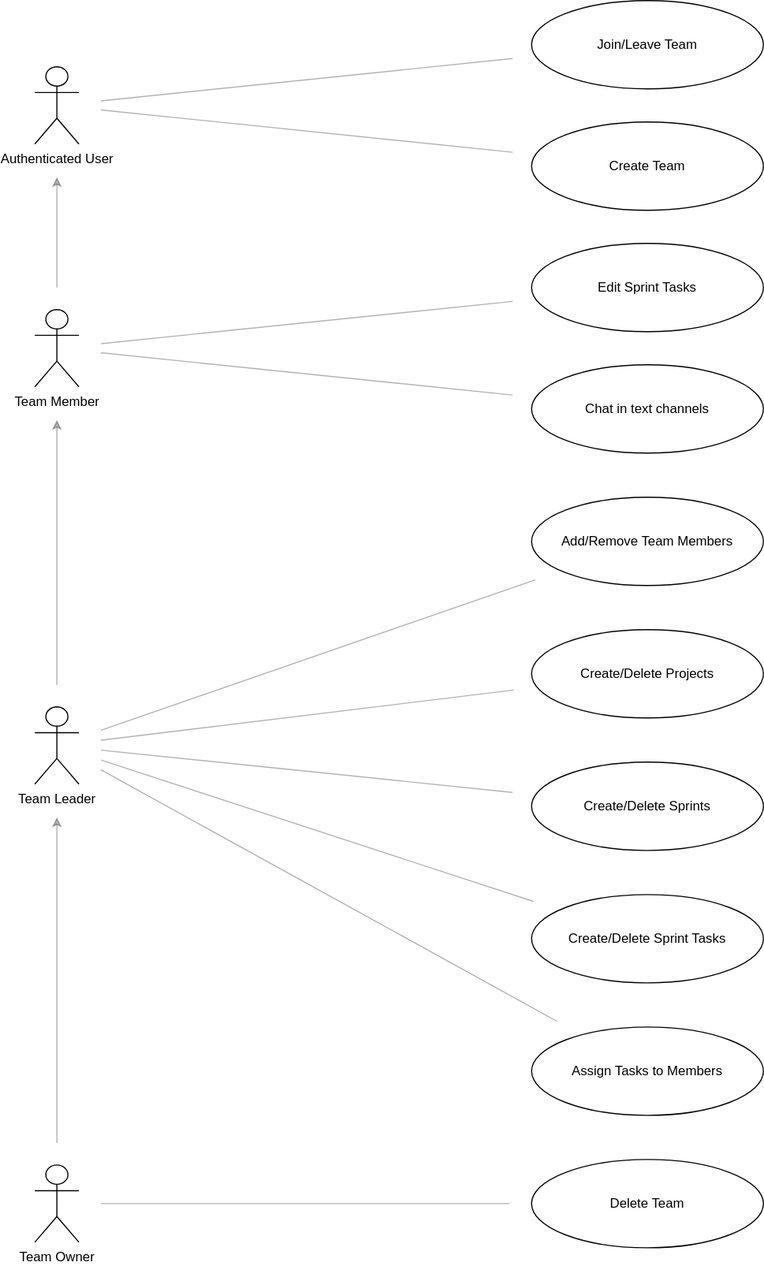
Earlier version of the draw.io export packages/domain/src/use-cases/index.drawio.svg (john-prutton/tarc). Source tidied: cells renumbered, new cells last; positions are measured from the earlier drawing's top-left corner, leaving out a move shared by most shapes. Source of this version:
```xml
<mxGraphModel>
  <root>
    <mxCell id="0" />
    <mxCell id="1" parent="0" />
    <mxCell id="2" style="rounded=0;jettySize=auto;html=1;endArrow=none;endFill=0;targetPerimeterSpacing=20;sourcePerimeterSpacing=20;endSize=6;opacity=30;" parent="1" edge="1" source="3" target="4">
      <mxGeometry relative="1" as="geometry" />
    </mxCell>
    <mxCell id="3" value="Team Member" style="shape=umlActor;verticalLabelPosition=bottom;verticalAlign=top;html=1;outlineConnect=0;" parent="1" vertex="1">
      <mxGeometry y="280" width="40" height="70" as="geometry" />
    </mxCell>
    <mxCell id="4" value="Chat in text channels&amp;nbsp;" style="ellipse;whiteSpace=wrap;html=1;" parent="1" vertex="1">
      <mxGeometry x="450" y="330" width="210" height="80" as="geometry" />
    </mxCell>
    <mxCell id="5" value="Add/Remove Team Members" style="ellipse;whiteSpace=wrap;html=1;" parent="1" vertex="1">
      <mxGeometry x="450" y="450" width="210" height="80" as="geometry" />
    </mxCell>
    <mxCell id="6" value="Create/Delete Projects" style="ellipse;whiteSpace=wrap;html=1;" parent="1" vertex="1">
      <mxGeometry x="450" y="570" width="210" height="80" as="geometry" />
    </mxCell>
    <mxCell id="7" value="Create/Delete Sprint Tasks" style="ellipse;whiteSpace=wrap;html=1;" parent="1" vertex="1">
      <mxGeometry x="450" y="810" width="210" height="80" as="geometry" />
    </mxCell>
    <mxCell id="8" value="Assign Tasks to Members" style="ellipse;whiteSpace=wrap;html=1;" parent="1" vertex="1">
      <mxGeometry x="450" y="930" width="210" height="80" as="geometry" />
    </mxCell>
    <mxCell id="9" value="Delete Team" style="ellipse;whiteSpace=wrap;html=1;" parent="1" vertex="1">
      <mxGeometry x="450" y="1050" width="210" height="80" as="geometry" />
    </mxCell>
    <mxCell id="10" value="Team Owner" style="shape=umlActor;verticalLabelPosition=bottom;verticalAlign=top;html=1;outlineConnect=0;" parent="1" vertex="1">
      <mxGeometry y="1055" width="40" height="70" as="geometry" />
    </mxCell>
    <mxCell id="11" style="rounded=0;jettySize=auto;html=1;endArrow=none;endFill=0;targetPerimeterSpacing=20;sourcePerimeterSpacing=20;endSize=6;opacity=30;" parent="1" edge="1" source="10" target="9">
      <mxGeometry relative="1" as="geometry" />
    </mxCell>
    <mxCell id="12" value="Team Leader" style="shape=umlActor;verticalLabelPosition=bottom;verticalAlign=top;html=1;outlineConnect=0;" parent="1" vertex="1">
      <mxGeometry y="640" width="40" height="70" as="geometry" />
    </mxCell>
    <mxCell id="13" style="rounded=0;jettySize=auto;html=1;endArrow=none;endFill=0;targetPerimeterSpacing=20;sourcePerimeterSpacing=20;endSize=6;opacity=30;" parent="1" edge="1" source="12" target="5">
      <mxGeometry relative="1" as="geometry" />
    </mxCell>
    <mxCell id="14" style="rounded=0;jettySize=auto;html=1;endArrow=none;endFill=0;targetPerimeterSpacing=20;sourcePerimeterSpacing=20;endSize=6;opacity=30;" parent="1" edge="1" source="12" target="6">
      <mxGeometry relative="1" as="geometry" />
    </mxCell>
    <mxCell id="15" style="rounded=0;jettySize=auto;html=1;endArrow=none;endFill=0;targetPerimeterSpacing=20;sourcePerimeterSpacing=20;endSize=6;opacity=30;" parent="1" edge="1" source="12" target="7">
      <mxGeometry relative="1" as="geometry" />
    </mxCell>
    <mxCell id="16" style="rounded=0;jettySize=auto;html=1;endArrow=none;endFill=0;targetPerimeterSpacing=20;sourcePerimeterSpacing=20;endSize=6;opacity=30;" parent="1" edge="1" source="12" target="8">
      <mxGeometry relative="1" as="geometry" />
    </mxCell>
    <mxCell id="17" style="rounded=0;jettySize=auto;html=1;endArrow=none;endFill=0;targetPerimeterSpacing=20;sourcePerimeterSpacing=20;endSize=6;opacity=30;" parent="1" edge="1" source="3" target="18">
      <mxGeometry relative="1" as="geometry" />
    </mxCell>
    <mxCell id="18" value="Edit Sprint Tasks" style="ellipse;whiteSpace=wrap;html=1;" parent="1" vertex="1">
      <mxGeometry x="450" y="220" width="210" height="80" as="geometry" />
    </mxCell>
    <mxCell id="19" style="rounded=0;jettySize=auto;html=1;endArrow=classic;endFill=1;targetPerimeterSpacing=30;sourcePerimeterSpacing=20;endSize=6;opacity=30;startArrow=none;startFill=0;" parent="1" edge="1" source="12" target="3">
      <mxGeometry relative="1" as="geometry" />
    </mxCell>
    <mxCell id="20" style="rounded=0;jettySize=auto;html=1;endArrow=classic;endFill=1;targetPerimeterSpacing=30;sourcePerimeterSpacing=20;endSize=6;opacity=30;startArrow=none;startFill=0;" parent="1" edge="1" source="10" target="12">
      <mxGeometry relative="1" as="geometry" />
    </mxCell>
    <mxCell id="21" style="rounded=0;jettySize=auto;html=1;endArrow=none;endFill=0;targetPerimeterSpacing=20;sourcePerimeterSpacing=20;endSize=6;opacity=30;" parent="1" edge="1" source="22" target="23">
      <mxGeometry relative="1" as="geometry" />
    </mxCell>
    <mxCell id="22" value="Authenticated User" style="shape=umlActor;verticalLabelPosition=bottom;verticalAlign=top;html=1;outlineConnect=0;" parent="1" vertex="1">
      <mxGeometry y="60" width="40" height="70" as="geometry" />
    </mxCell>
    <mxCell id="23" value="Create Team" style="ellipse;whiteSpace=wrap;html=1;" parent="1" vertex="1">
      <mxGeometry x="450" y="110" width="210" height="80" as="geometry" />
    </mxCell>
    <mxCell id="24" style="rounded=0;jettySize=auto;html=1;endArrow=none;endFill=0;targetPerimeterSpacing=20;sourcePerimeterSpacing=20;endSize=6;opacity=30;" parent="1" edge="1" source="22" target="25">
      <mxGeometry relative="1" as="geometry" />
    </mxCell>
    <mxCell id="25" value="Join/Leave Team" style="ellipse;whiteSpace=wrap;html=1;" parent="1" vertex="1">
      <mxGeometry x="450" width="210" height="80" as="geometry" />
    </mxCell>
    <mxCell id="26" value="Create/Delete Sprints" style="ellipse;whiteSpace=wrap;html=1;" parent="1" vertex="1">
      <mxGeometry x="450" y="690" width="210" height="80" as="geometry" />
    </mxCell>
    <mxCell id="27" style="rounded=0;jettySize=auto;html=1;endArrow=none;endFill=0;targetPerimeterSpacing=20;sourcePerimeterSpacing=20;endSize=6;opacity=30;" parent="1" edge="1" source="12" target="26">
      <mxGeometry relative="1" as="geometry" />
    </mxCell>
    <mxCell id="28" style="rounded=0;jettySize=auto;html=1;endArrow=classic;endFill=1;targetPerimeterSpacing=30;sourcePerimeterSpacing=20;endSize=6;opacity=30;startArrow=none;startFill=0;" parent="1" edge="1" source="3" target="22">
      <mxGeometry relative="1" as="geometry" />
    </mxCell>
  </root>
</mxGraphModel>
```
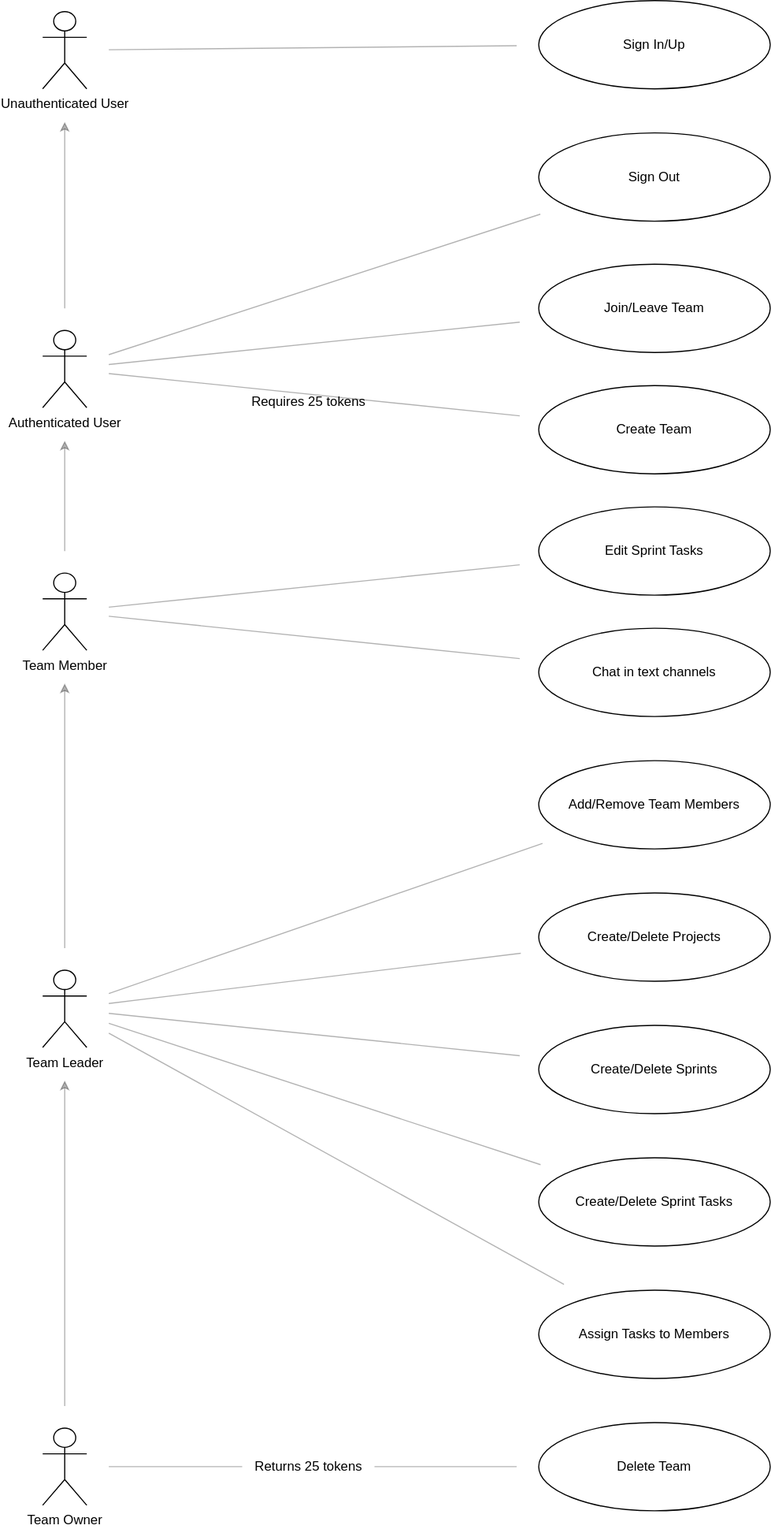
After the commit.

Commit message:
planning: new use-case requirements

The edit, as a diff of the source:
```diff
@@ -29,7 +29,7 @@
     <mxCell id="10" value="Team Owner" style="shape=umlActor;verticalLabelPosition=bottom;verticalAlign=top;html=1;outlineConnect=0;" parent="1" vertex="1">
       <mxGeometry y="1055" width="40" height="70" as="geometry" />
     </mxCell>
-    <mxCell id="11" style="rounded=0;jettySize=auto;html=1;endArrow=none;endFill=0;targetPerimeterSpacing=20;sourcePerimeterSpacing=20;endSize=6;opacity=30;" parent="1" edge="1" source="10" target="9">
+    <mxCell id="11" style="rounded=0;jettySize=auto;html=1;endArrow=none;endFill=0;targetPerimeterSpacing=20;endSize=6;opacity=30;startArrow=none;" parent="1" edge="1" source="31" target="9">
       <mxGeometry relative="1" as="geometry" />
     </mxCell>
     <mxCell id="12" value="Team Leader" style="shape=umlActor;verticalLabelPosition=bottom;verticalAlign=top;html=1;outlineConnect=0;" parent="1" vertex="1">
@@ -83,5 +83,32 @@
     <mxCell id="28" style="rounded=0;jettySize=auto;html=1;endArrow=classic;endFill=1;targetPerimeterSpacing=30;sourcePerimeterSpacing=20;endSize=6;opacity=30;startArrow=none;startFill=0;" parent="1" edge="1" source="3" target="22">
       <mxGeometry relative="1" as="geometry" />
     </mxCell>
+    <mxCell id="29" value="Requires 25 tokens" style="text;html=1;align=center;verticalAlign=middle;strokeColor=none;fillColor=none;" parent="1" vertex="1">
+      <mxGeometry x="176" y="110" width="130" height="30" as="geometry" />
+    </mxCell>
+    <mxCell id="30" style="rounded=0;jettySize=auto;html=1;endArrow=none;endFill=0;sourcePerimeterSpacing=20;endSize=6;opacity=30;" parent="1" edge="1" source="10" target="31">
+      <mxGeometry relative="1" as="geometry" />
+    </mxCell>
+    <mxCell id="31" value="Returns 25 tokens" style="text;html=1;align=center;verticalAlign=middle;points=[];strokeColor=none;fillColor=none;" parent="1" vertex="1">
+      <mxGeometry x="181" y="1075" width="120" height="30" as="geometry" />
+    </mxCell>
+    <mxCell id="32" style="rounded=0;jettySize=auto;html=1;endArrow=none;endFill=0;targetPerimeterSpacing=20;sourcePerimeterSpacing=20;endSize=6;opacity=30;" parent="1" edge="1" source="22" target="34">
+      <mxGeometry relative="1" as="geometry" />
+    </mxCell>
+    <mxCell id="33" value="Unauthenticated User" style="shape=umlActor;verticalLabelPosition=bottom;verticalAlign=top;html=1;outlineConnect=0;" parent="1" vertex="1">
+      <mxGeometry y="-229" width="40" height="70" as="geometry" />
+    </mxCell>
+    <mxCell id="34" value="Sign Out" style="ellipse;whiteSpace=wrap;html=1;" parent="1" vertex="1">
+      <mxGeometry x="450" y="-119" width="210" height="80" as="geometry" />
+    </mxCell>
+    <mxCell id="35" style="rounded=0;jettySize=auto;html=1;endArrow=none;endFill=0;targetPerimeterSpacing=20;sourcePerimeterSpacing=20;endSize=6;opacity=30;" parent="1" edge="1" source="33" target="36">
+      <mxGeometry relative="1" as="geometry" />
+    </mxCell>
+    <mxCell id="36" value="Sign In/Up" style="ellipse;whiteSpace=wrap;html=1;" parent="1" vertex="1">
+      <mxGeometry x="450" y="-239" width="210" height="80" as="geometry" />
+    </mxCell>
+    <mxCell id="37" style="rounded=0;jettySize=auto;html=1;endArrow=classic;endFill=1;targetPerimeterSpacing=30;sourcePerimeterSpacing=20;endSize=6;opacity=30;startArrow=none;startFill=0;" parent="1" edge="1" source="22" target="33">
+      <mxGeometry relative="1" as="geometry" />
+    </mxCell>
   </root>
 </mxGraphModel>
```
